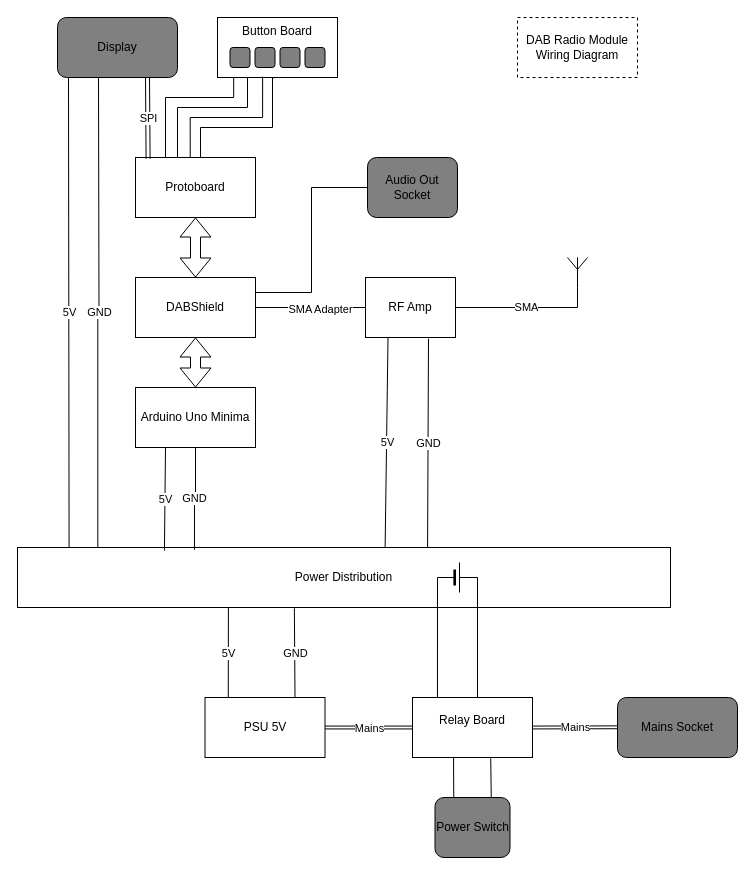
This is hardware/dab-radio-module/wiring/DABRadio.drawio.xml from adoble/dab-radio-module, a draw.io file, before an edit. Source tidied: cells renumbered, new cells numbered last; positions are measured from the earlier drawing's top-left corner, leaving out a move shared by most shapes. Both pictures are drawn from the tidied source at 100%, with x=0, y=0 at pixel (17, 17).
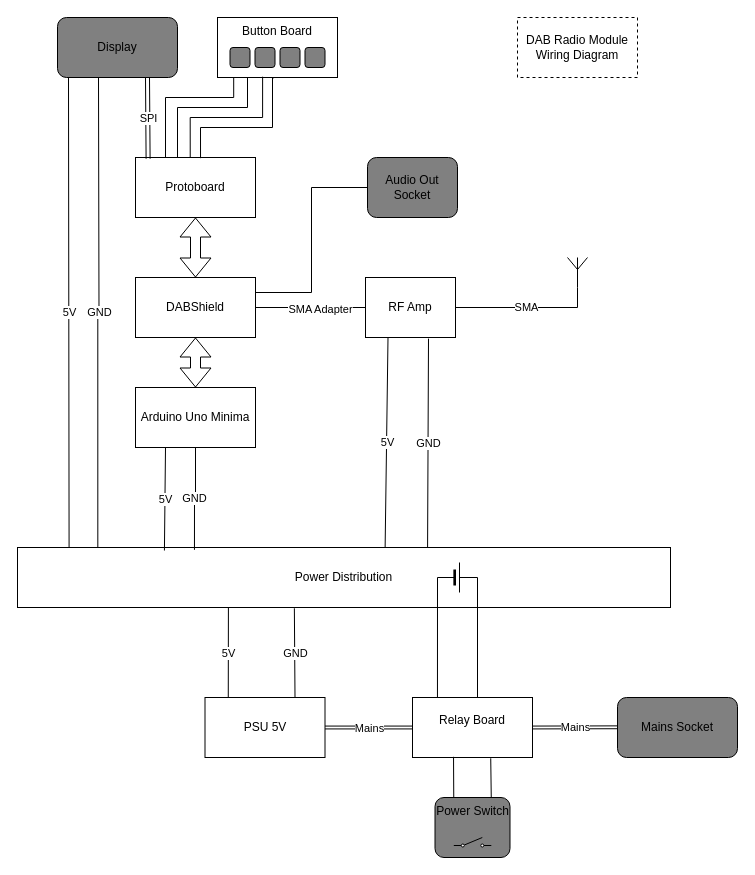
Above is the later version.

The edit, as a diff of the source:
```diff
@@
-    <mxCell id="48" value="Power Switch" style="rounded=1;whiteSpace=wrap;html=1;fillColor=#808080;" parent="1" vertex="1">
-      <mxGeometry x="417.5" y="780" width="75" height="60" as="geometry" />
-    </mxCell>
@@
+    <mxCell id="57" style="group;" parent="1" vertex="1">
+      <mxGeometry x="417.5" y="780" width="75" height="60" as="geometry" />
+    </mxCell>
+    <mxCell id="48" value="Power Switch" style="rounded=1;whiteSpace=wrap;html=1;fillColor=#808080;verticalAlign=top;" parent="57" vertex="1">
+      <mxGeometry width="75" height="60" as="geometry" />
+    </mxCell>
+    <mxCell id="58" style="html=1;shape=mxgraph.electrical.electro-mechanical.singleSwitch;elSwitchState=off;" parent="57" vertex="1">
+      <mxGeometry x="18.8" y="40" width="37.5" height="10" as="geometry" />
+    </mxCell>
```
